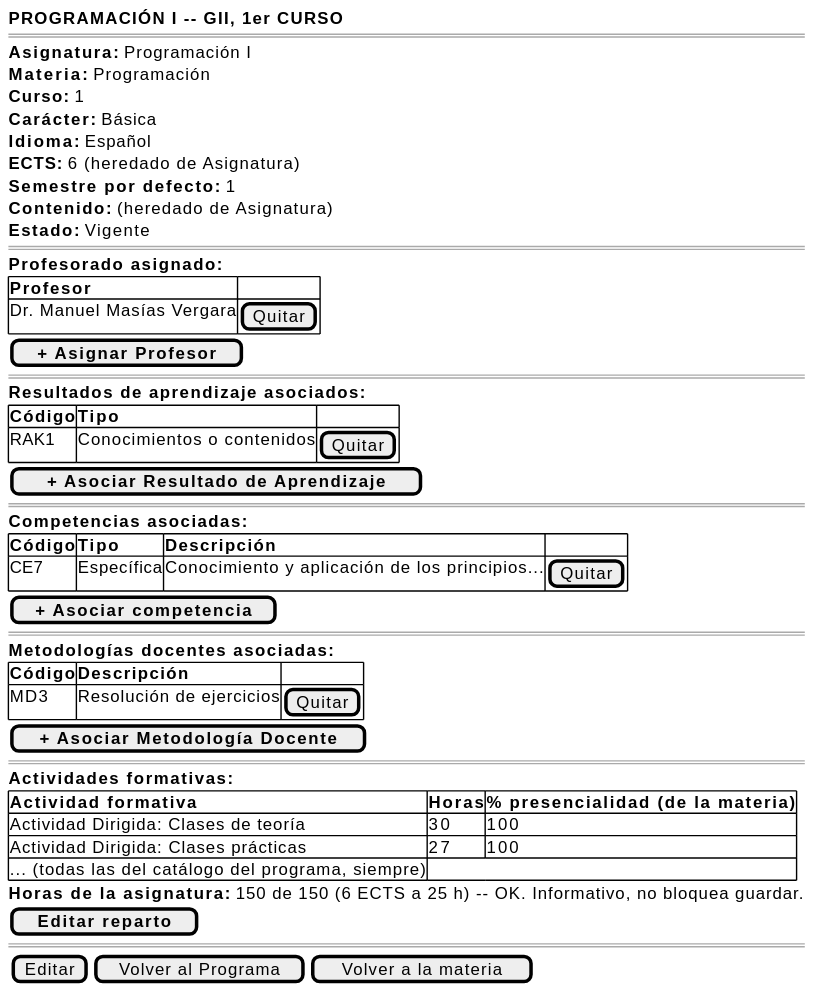
This is images/RUP/01-requisitos/03-detalle-casos-uso/abrirAsignaturaPrograma/wireframe.svg from mmasias/pyCeldaPublico, a PlantUML export, as it was before one commit.
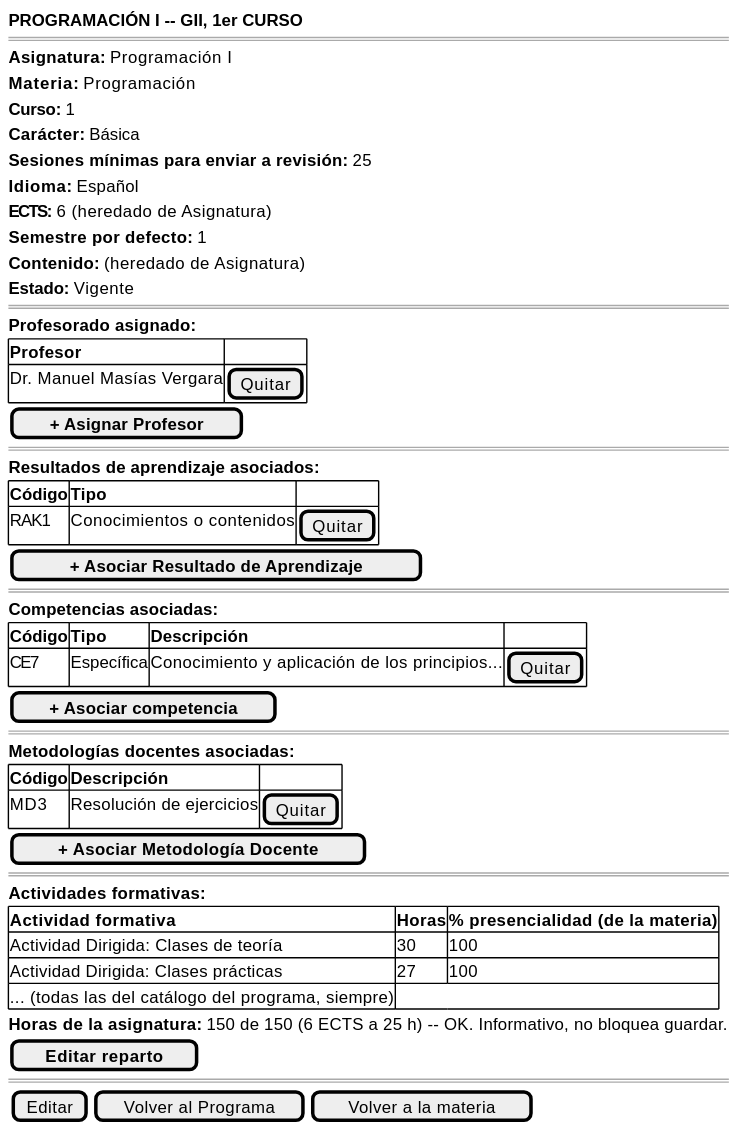
After the commit.

The edit, as a diff of the source:
```diff
@@ -6,6 +6,7 @@
     <b>Materia:</b> Programación
     <b>Curso:</b> 1
     <b>Carácter:</b> Básica
+    <b>Sesiones mínimas para enviar a revisión:</b> 25
     <b>Idioma:</b> Español
     <b>ECTS:</b> 6 (heredado de Asignatura)
     <b>Semestre por defecto:</b> 1
```
